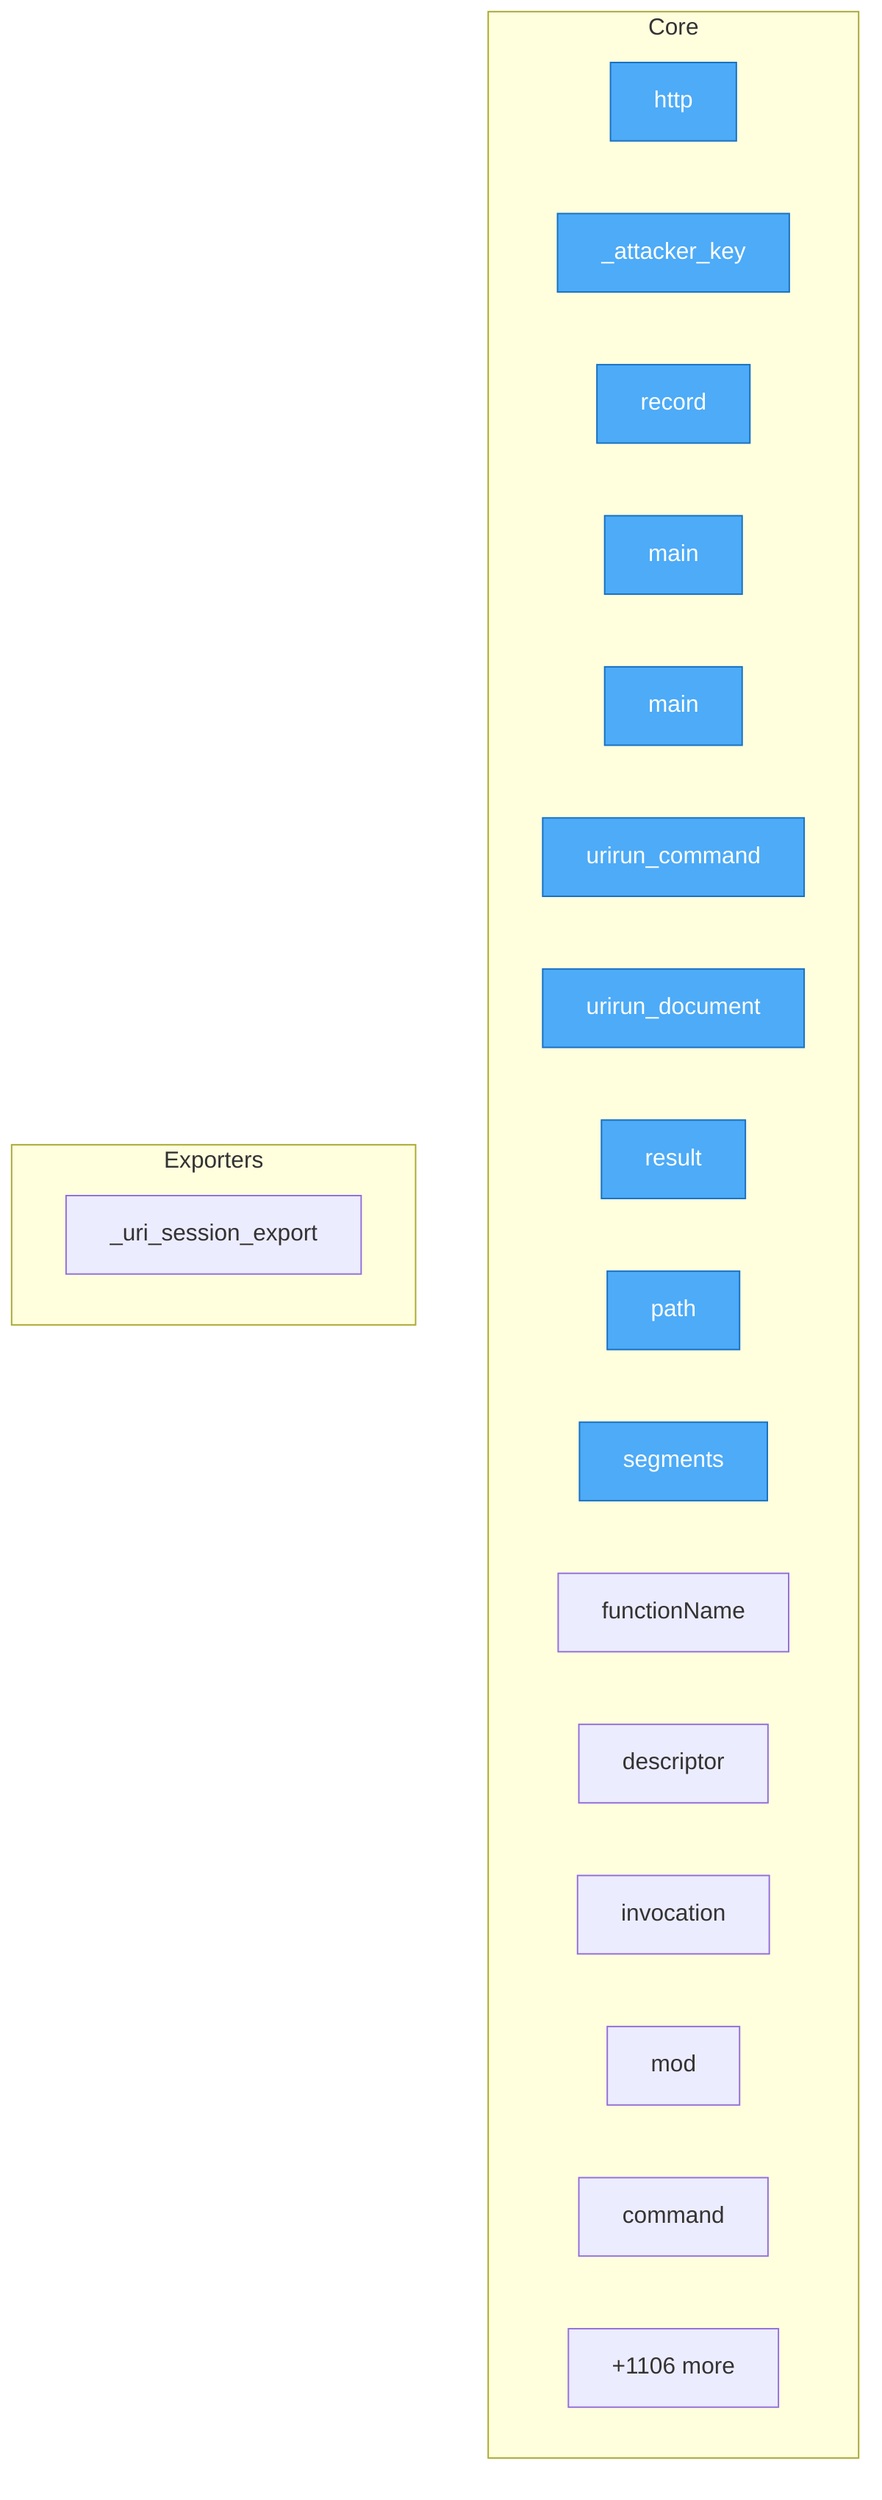
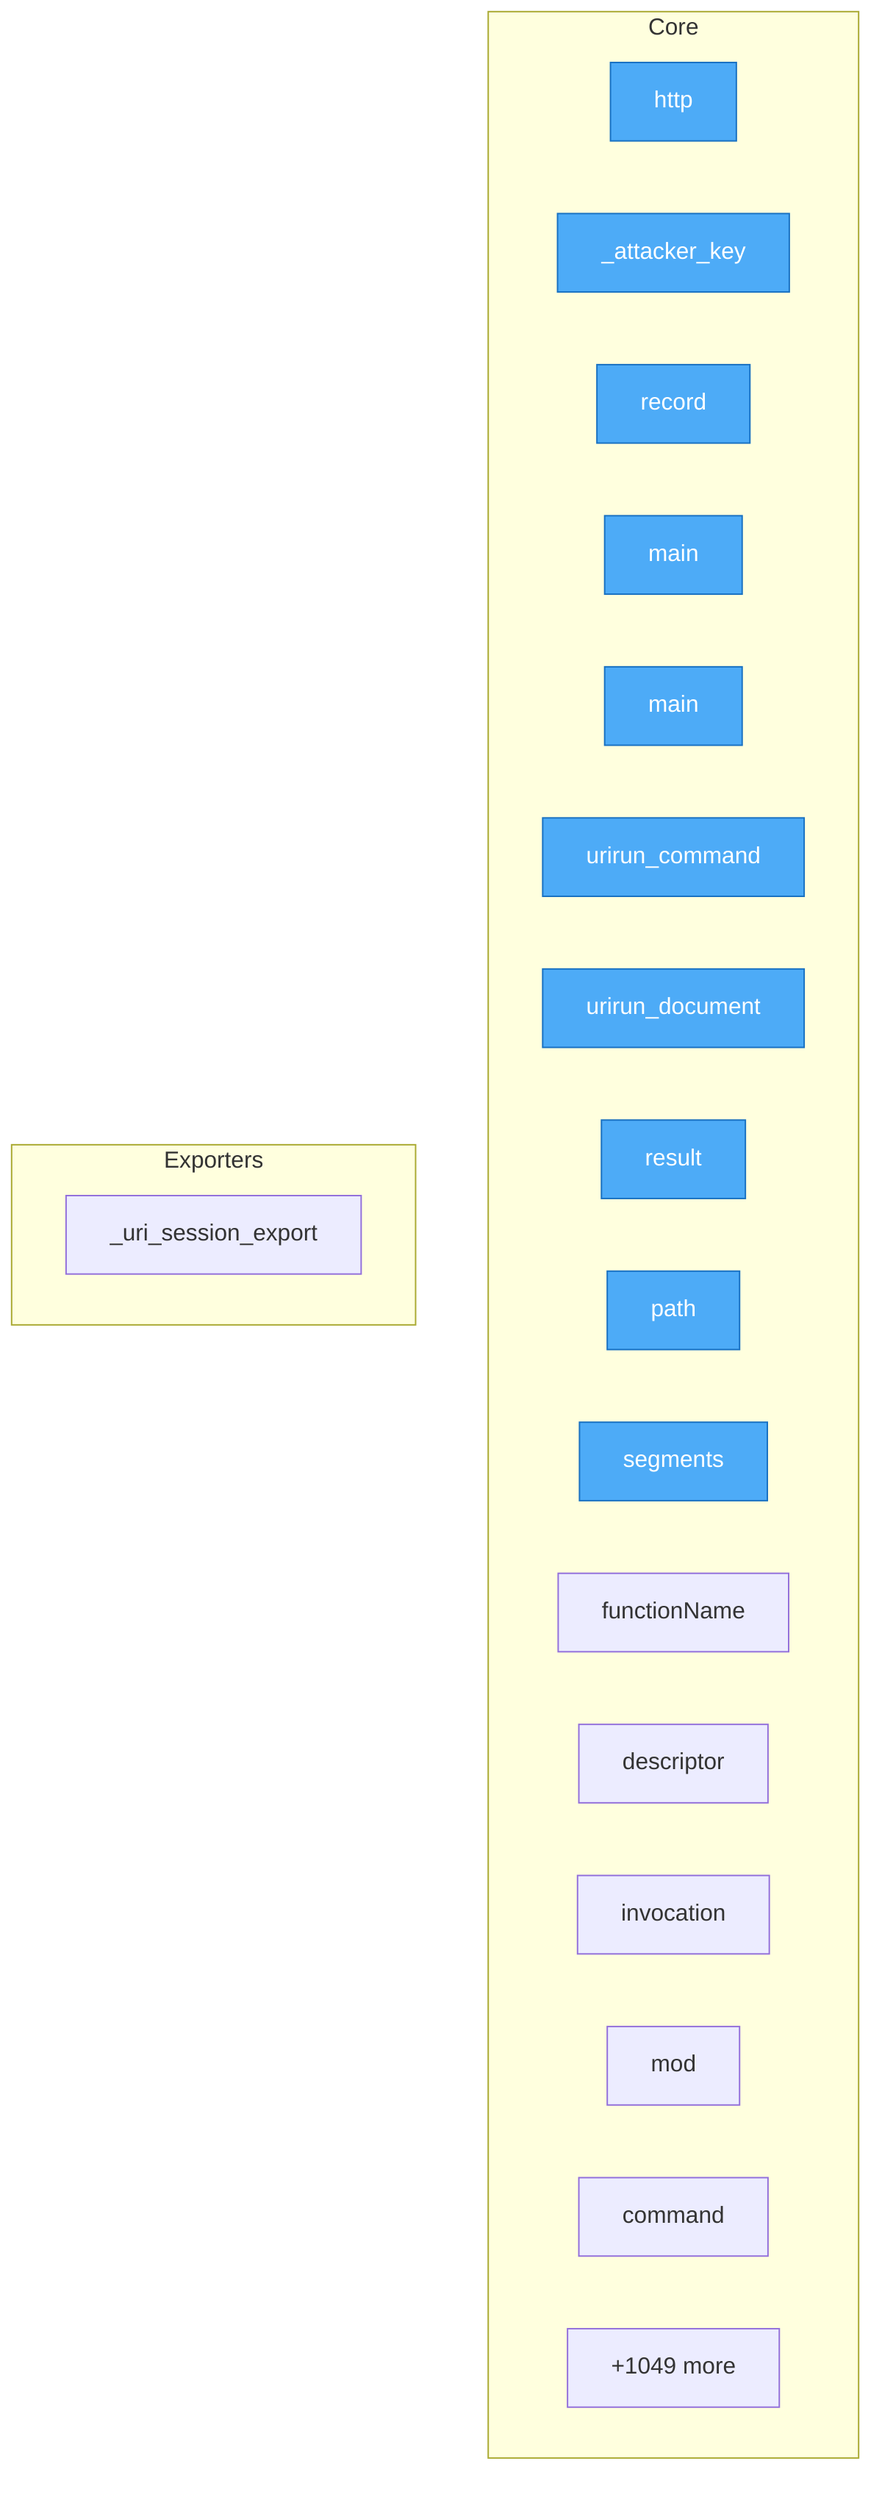
flowchart TD
%% generated in 0.09s

    %% Entry points (blue)
    classDef entry fill:#4dabf7,stroke:#1971c2,color:#fff

    subgraph Core
        security__mesh_probe__probe__http["http"]
        security__mesh_probe__probe___attacker_key["_attacker_key"]
        security__mesh_probe__probe__record["record"]
        adapters__conformance__main["main"]
        adapters__new_connector__main["main"]
        adapters__bash__urirun__urirun_command["urirun_command"]
        adapters__bash__urirun__urirun_document["urirun_document"]
        adapters__js__index__test__result["result"]
        adapters__js__path["path"]
        adapters__js__segments["segments"]
        adapters__js__functionName["functionName"]
        adapters__js__descriptor["descriptor"]
        adapters__js__invocation["invocation"]
        adapters__js__mod["mod"]
        adapters__java__Urirun__Urirun__command["command"]
-         ...["+1106 more"]
+         ...["+1049 more"]
    end

    subgraph Exporters
        adapters__python__urirun__node__skill___uri_session_export["_uri_session_export"]
    end

    class security__mesh_probe__probe__http,security__mesh_probe__probe___attacker_key,security__mesh_probe__probe__record,adapters__conformance__main,adapters__new_connector__main,adapters__bash__urirun__urirun_command,adapters__bash__urirun__urirun_document,adapters__js__index__test__result,adapters__js__path,adapters__js__segments entry
